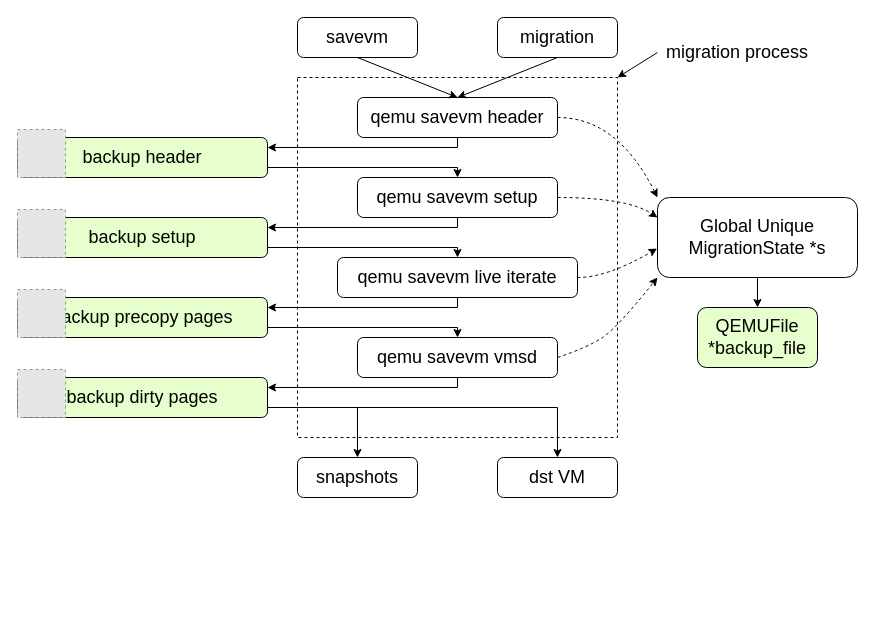
The draw.io diagram qemu-migration/qmp_migrate_bak.drawio in xuyizhe1999/drawio, before the edit. Source tidied: cells renumbered, new cells numbered last; positions are measured from the earlier drawing's top-left corner, leaving out a move shared by most shapes. Both pictures are drawn from the tidied source at 100%, with x=0, y=0 at pixel (17, 17). Pictures stored in the file or linked from it are replaced by grey dashed boxes.
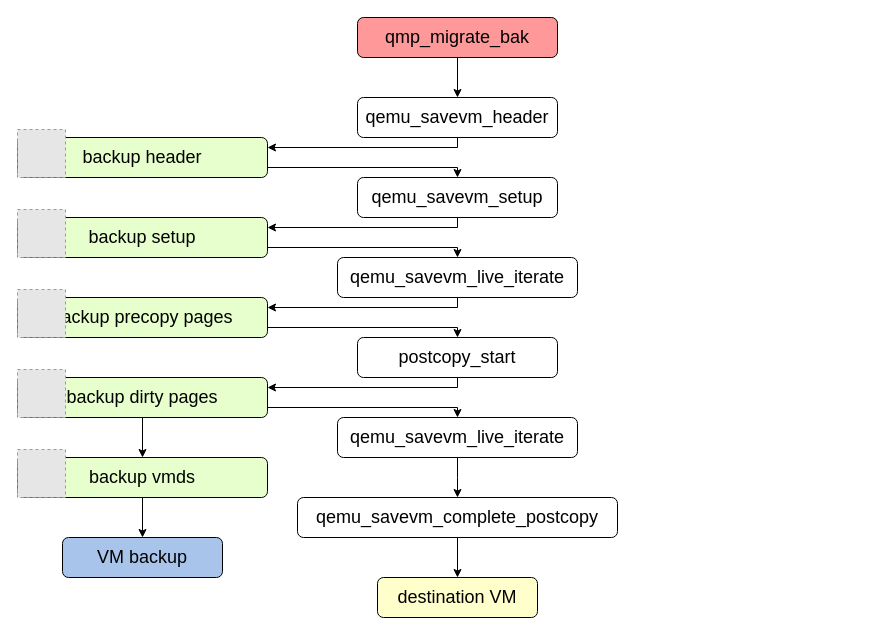
Above is the later version.

Unchanged cells that the change refers to:
```xml
<mxCell id="33" value="backup dirty pages" style="rounded=1;whiteSpace=wrap;html=1;fontSize=18;fillColor=#E6FFCC;" parent="1" vertex="1">
  <mxGeometry y="360" width="250" height="40" as="geometry" />
</mxCell>
```

What changed in the source:
```diff
@@
-    <mxCell id="2" style="rounded=0;whiteSpace=wrap;html=1;fontSize=18;fontColor=#FF0000;dashed=1;fillColor=none;" parent="1" vertex="1">
-      <mxGeometry x="280" y="60" width="320" height="360" as="geometry" />
-    </mxCell>
-    <mxCell id="3" value="&lt;font style=&quot;font-size: 18px;&quot;&gt;savevm&lt;/font&gt;" style="rounded=1;whiteSpace=wrap;html=1;" parent="1" vertex="1">
-      <mxGeometry x="280" width="120" height="40" as="geometry" />
-    </mxCell>
-    <mxCell id="4" value="migration" style="rounded=1;whiteSpace=wrap;html=1;fontSize=18;" parent="1" vertex="1">
-      <mxGeometry x="480" width="120" height="40" as="geometry" />
+    <mxCell id="4" value="qmp_migrate_bak" style="rounded=1;whiteSpace=wrap;html=1;fontSize=18;fillColor=#FF9999;" parent="1" vertex="1">
+      <mxGeometry x="340" width="200" height="40" as="geometry" />
     </mxCell>
@@
-    <mxCell id="6" value="qemu savevm header" style="rounded=1;whiteSpace=wrap;html=1;fontSize=18;" parent="1" vertex="1">
+    <mxCell id="6" value="qemu_savevm_header" style="rounded=1;whiteSpace=wrap;html=1;fontSize=18;" parent="1" vertex="1">
       <mxGeometry x="340" y="80" width="200" height="40" as="geometry" />
     </mxCell>
-    <mxCell id="7" style="edgeStyle=orthogonalEdgeStyle;rounded=0;jettySize=auto;html=1;exitX=0.5;exitY=1;exitDx=0;exitDy=0;entryX=0.5;entryY=0;entryDx=0;entryDy=0;fontSize=18;" parent="1" edge="1" source="8" target="22">
-      <mxGeometry relative="1" as="geometry" />
-    </mxCell>
-    <mxCell id="8" value="Global Unique MigrationState *s" style="rounded=1;whiteSpace=wrap;html=1;fontSize=18;" parent="1" vertex="1">
-      <mxGeometry x="640" y="180" width="200" height="80" as="geometry" />
-    </mxCell>
-    <mxCell id="9" value="qemu savevm setup" style="rounded=1;whiteSpace=wrap;html=1;fontSize=18;" parent="1" vertex="1">
+    <mxCell id="9" value="qemu_savevm_setup" style="rounded=1;whiteSpace=wrap;html=1;fontSize=18;" parent="1" vertex="1">
       <mxGeometry x="340" y="160" width="200" height="40" as="geometry" />
     </mxCell>
-    <mxCell id="10" value="qemu savevm live iterate" style="rounded=1;whiteSpace=wrap;html=1;fontSize=18;" parent="1" vertex="1">
+    <mxCell id="10" value="qemu_savevm_live_iterate" style="rounded=1;whiteSpace=wrap;html=1;fontSize=18;" parent="1" vertex="1">
       <mxGeometry x="320" y="240" width="240" height="40" as="geometry" />
     </mxCell>
-    <mxCell id="11" value="qemu savevm vmsd" style="rounded=1;whiteSpace=wrap;html=1;fontSize=18;" parent="1" vertex="1">
+    <mxCell id="11" value="postcopy_start" style="rounded=1;whiteSpace=wrap;html=1;fontSize=18;" parent="1" vertex="1">
       <mxGeometry x="340" y="320" width="200" height="40" as="geometry" />
     </mxCell>
-    <mxCell id="12" style="endArrow=classic;html=1;rounded=0;fontSize=18;entryX=0.5;entryY=0;entryDx=0;entryDy=0;" parent="1" edge="1" target="6">
-      <mxGeometry relative="1" as="geometry">
-        <mxPoint x="340" y="40" as="sourcePoint" />
-      </mxGeometry>
-    </mxCell>
-    <mxCell id="13" style="endArrow=classic;html=1;rounded=0;fontSize=18;entryX=0.5;entryY=0;entryDx=0;entryDy=0;" parent="1" edge="1" target="6">
-      <mxGeometry relative="1" as="geometry">
-        <mxPoint x="540" y="40" as="sourcePoint" />
-      </mxGeometry>
+    <mxCell id="13" style="endArrow=classic;html=1;rounded=0;fontSize=18;entryX=0.5;entryY=0;entryDx=0;entryDy=0;exitX=0.5;exitY=1;exitDx=0;exitDy=0;" parent="1" edge="1" source="4" target="6">
+      <mxGeometry relative="1" as="geometry" />
     </mxCell>
-    <mxCell id="14" value="snapshots" style="rounded=1;whiteSpace=wrap;html=1;fontSize=18;" parent="1" vertex="1">
-      <mxGeometry x="280" y="440" width="120" height="40" as="geometry" />
-    </mxCell>
-    <mxCell id="15" value="dst VM" style="rounded=1;whiteSpace=wrap;html=1;fontSize=18;" parent="1" vertex="1">
-      <mxGeometry x="480" y="440" width="120" height="40" as="geometry" />
+    <mxCell id="15" value="destination VM" style="rounded=1;whiteSpace=wrap;html=1;fontSize=18;fillColor=#FFFFCC;" parent="1" vertex="1">
+      <mxGeometry x="360" y="560" width="160" height="40" as="geometry" />
     </mxCell>
-    <mxCell id="16" style="curved=1;endArrow=classic;html=1;rounded=0;fontSize=18;entryX=0;entryY=0.25;entryDx=0;entryDy=0;dashed=1;" parent="1" edge="1" target="8">
-      <mxGeometry relative="1" as="geometry">
-        <mxPoint x="540" y="180" as="sourcePoint" />
-        <Array as="points">
-          <mxPoint x="610" y="180" />
-        </Array>
-      </mxGeometry>
-    </mxCell>
-    <mxCell id="17" style="curved=1;endArrow=classic;html=1;rounded=0;fontSize=18;entryX=-0.002;entryY=0.638;entryDx=0;entryDy=0;entryPerimeter=0;dashed=1;" parent="1" edge="1" target="8">
-      <mxGeometry relative="1" as="geometry">
-        <mxPoint x="560" y="260" as="sourcePoint" />
-        <Array as="points">
-          <mxPoint x="590" y="260" />
-        </Array>
-      </mxGeometry>
-    </mxCell>
-    <mxCell id="18" style="curved=1;endArrow=classic;html=1;rounded=0;fontSize=18;entryX=0;entryY=1;entryDx=0;entryDy=0;dashed=1;" parent="1" edge="1" target="8">
-      <mxGeometry relative="1" as="geometry">
-        <mxPoint x="540" y="340" as="sourcePoint" />
-        <Array as="points">
-          <mxPoint x="570" y="330" />
-          <mxPoint x="600" y="310" />
-        </Array>
-      </mxGeometry>
-    </mxCell>
-    <mxCell id="19" style="curved=1;endArrow=classic;html=1;rounded=0;fontSize=18;entryX=0;entryY=0;entryDx=0;entryDy=0;dashed=1;" parent="1" edge="1" target="8">
-      <mxGeometry relative="1" as="geometry">
-        <mxPoint x="540" y="100" as="sourcePoint" />
-        <Array as="points">
-          <mxPoint x="600" y="100" />
-        </Array>
-      </mxGeometry>
-    </mxCell>
-    <mxCell id="20" value="&lt;font color=&quot;#000000&quot;&gt;migration process&lt;/font&gt;" style="text;html=1;strokeColor=none;fillColor=none;align=center;verticalAlign=middle;whiteSpace=wrap;rounded=0;dashed=1;fontSize=18;fontColor=#FF0000;" parent="1" vertex="1">
-      <mxGeometry x="640" y="20" width="160" height="30" as="geometry" />
-    </mxCell>
-    <mxCell id="21" style="endArrow=classic;html=1;rounded=0;fontSize=18;fontColor=#000000;entryX=1;entryY=0;entryDx=0;entryDy=0;exitX=0;exitY=0.5;exitDx=0;exitDy=0;" parent="1" edge="1" source="20" target="2">
-      <mxGeometry relative="1" as="geometry" />
-    </mxCell>
-    <mxCell id="22" value="&lt;font style=&quot;font-size: 18px;&quot;&gt;QEMUFile *backup_file&lt;/font&gt;" style="rounded=1;whiteSpace=wrap;html=1;fillColor=#E6FFCC;" parent="1" vertex="1">
-      <mxGeometry x="680" y="290" width="120" height="60" as="geometry" />
-    </mxCell>
@@
-    <mxCell id="31" style="edgeStyle=orthogonalEdgeStyle;rounded=0;jettySize=auto;html=1;exitX=1;exitY=0.75;exitDx=0;exitDy=0;entryX=0.5;entryY=0;entryDx=0;entryDy=0;fontSize=18;" parent="1" edge="1" source="33" target="14">
-      <mxGeometry relative="1" as="geometry" />
-    </mxCell>
-    <mxCell id="32" style="edgeStyle=orthogonalEdgeStyle;rounded=0;jettySize=auto;html=1;exitX=1;exitY=0.75;exitDx=0;exitDy=0;entryX=0.5;entryY=0;entryDx=0;entryDy=0;fontSize=18;" parent="1" edge="1" source="33" target="15">
-      <mxGeometry relative="1" as="geometry" />
-    </mxCell>
+    <mxCell id="39" style="edgeStyle=orthogonalEdgeStyle;rounded=0;jettySize=auto;html=1;exitX=0.5;exitY=1;exitDx=0;exitDy=0;entryX=0.5;entryY=0;entryDx=0;entryDy=0;" parent="1" edge="1" source="33" target="44">
+      <mxGeometry relative="1" as="geometry" />
+    </mxCell>
@@
+    <mxCell id="40" style="edgeStyle=orthogonalEdgeStyle;rounded=0;jettySize=auto;html=1;exitX=0.5;exitY=1;exitDx=0;exitDy=0;" parent="1" edge="1" source="41">
+      <mxGeometry relative="1" as="geometry">
+        <mxPoint x="440" y="480" as="targetPoint" />
+      </mxGeometry>
+    </mxCell>
+    <mxCell id="41" value="qemu_savevm_live_iterate" style="rounded=1;whiteSpace=wrap;html=1;fontSize=18;" parent="1" vertex="1">
+      <mxGeometry x="320" y="400" width="240" height="40" as="geometry" />
+    </mxCell>
+    <mxCell id="42" style="edgeStyle=orthogonalEdgeStyle;rounded=0;orthogonalLoop=1;jettySize=auto;html=1;exitX=1;exitY=0.75;exitDx=0;exitDy=0;entryX=0.5;entryY=0;entryDx=0;entryDy=0;fontSize=18;" parent="1" edge="1">
+      <mxGeometry relative="1" as="geometry">
+        <mxPoint x="250" y="390" as="sourcePoint" />
+        <mxPoint x="440" y="400" as="targetPoint" />
+        <Array as="points">
+          <mxPoint x="440" y="390" />
+        </Array>
+      </mxGeometry>
+    </mxCell>
+    <mxCell id="43" style="edgeStyle=orthogonalEdgeStyle;rounded=0;jettySize=auto;html=1;exitX=0.5;exitY=1;exitDx=0;exitDy=0;entryX=0.5;entryY=0;entryDx=0;entryDy=0;" parent="1" edge="1" source="44" target="46">
+      <mxGeometry relative="1" as="geometry" />
+    </mxCell>
+    <mxCell id="44" value="backup vmds" style="rounded=1;whiteSpace=wrap;html=1;fontSize=18;fillColor=#E6FFCC;" parent="1" vertex="1">
+      <mxGeometry y="440" width="250" height="40" as="geometry" />
+    </mxCell>
+    <mxCell id="45" style="fillColor=#E6E6E6;strokeColor=#999999;dashed=1;html=1;verticalAlign=top;verticalLabelPosition=bottom;labelBackgroundColor=#ffffff;fontSize=18;" parent="1" vertex="1">
+      <mxGeometry y="432" width="48" height="48" as="geometry" />
+    </mxCell>
+    <mxCell id="46" value="VM backup" style="rounded=1;whiteSpace=wrap;html=1;fontSize=18;fillColor=#A9C4EB;" parent="1" vertex="1">
+      <mxGeometry x="45" y="520" width="160" height="40" as="geometry" />
+    </mxCell>
+    <mxCell id="47" style="edgeStyle=orthogonalEdgeStyle;rounded=0;jettySize=auto;html=1;exitX=0.5;exitY=1;exitDx=0;exitDy=0;entryX=0.5;entryY=0;entryDx=0;entryDy=0;" parent="1" edge="1" source="48" target="15">
+      <mxGeometry relative="1" as="geometry" />
+    </mxCell>
+    <mxCell id="48" value="qemu_savevm_complete_postcopy" style="rounded=1;whiteSpace=wrap;html=1;fontSize=18;" parent="1" vertex="1">
+      <mxGeometry x="280" y="480" width="320" height="40" as="geometry" />
+    </mxCell>
```
